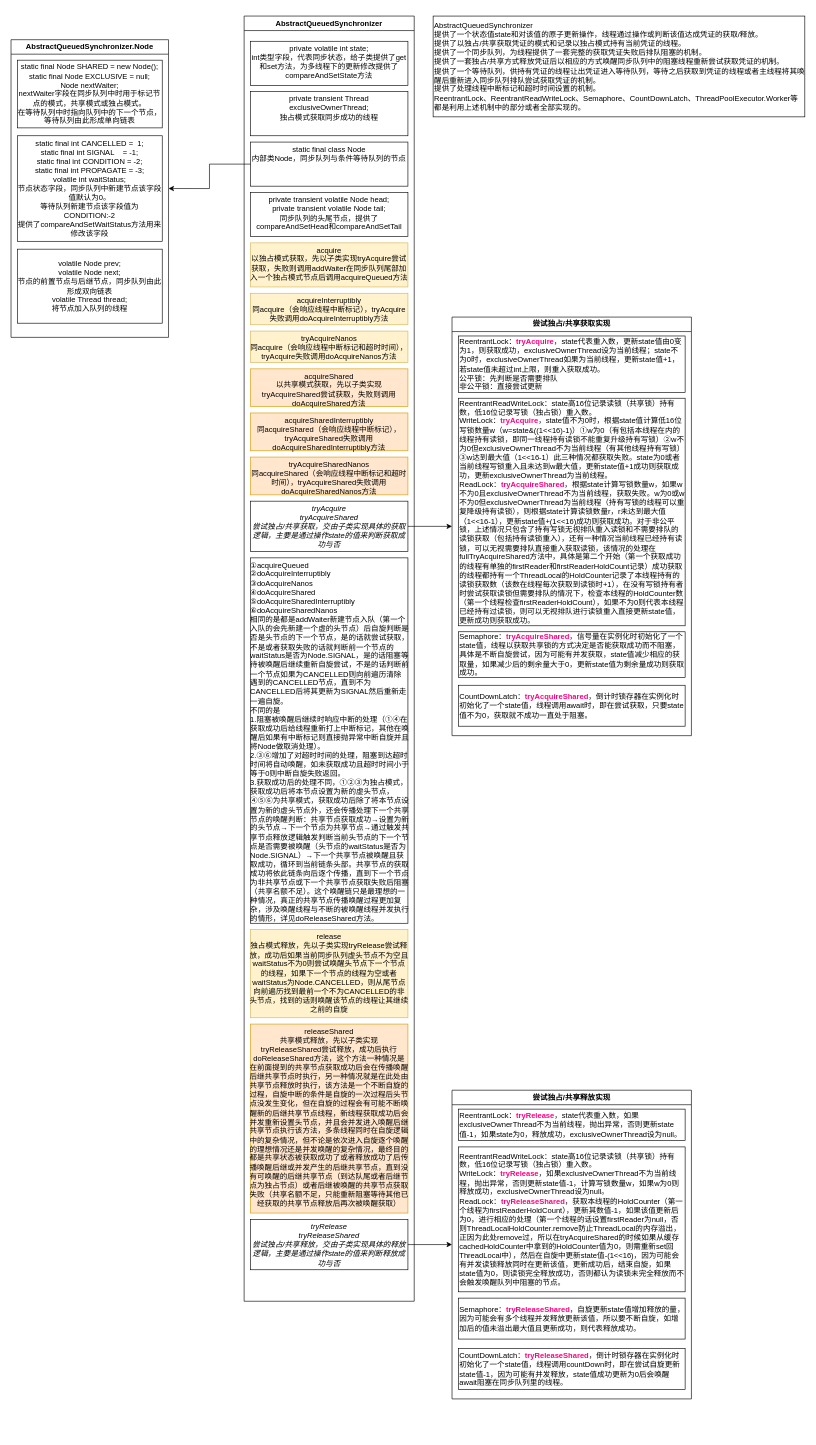
Earlier version of the draw.io diagram AbstractQueuedSynchronizer.drawio (a7956232/drawIOFiles). Source tidied: cells renumbered, new cells numbered last; positions are measured from the earlier drawing's top-left corner, leaving out a move shared by most shapes. Both pictures are drawn from the tidied source at 63%, with x=0, y=0 at pixel (11, 16).
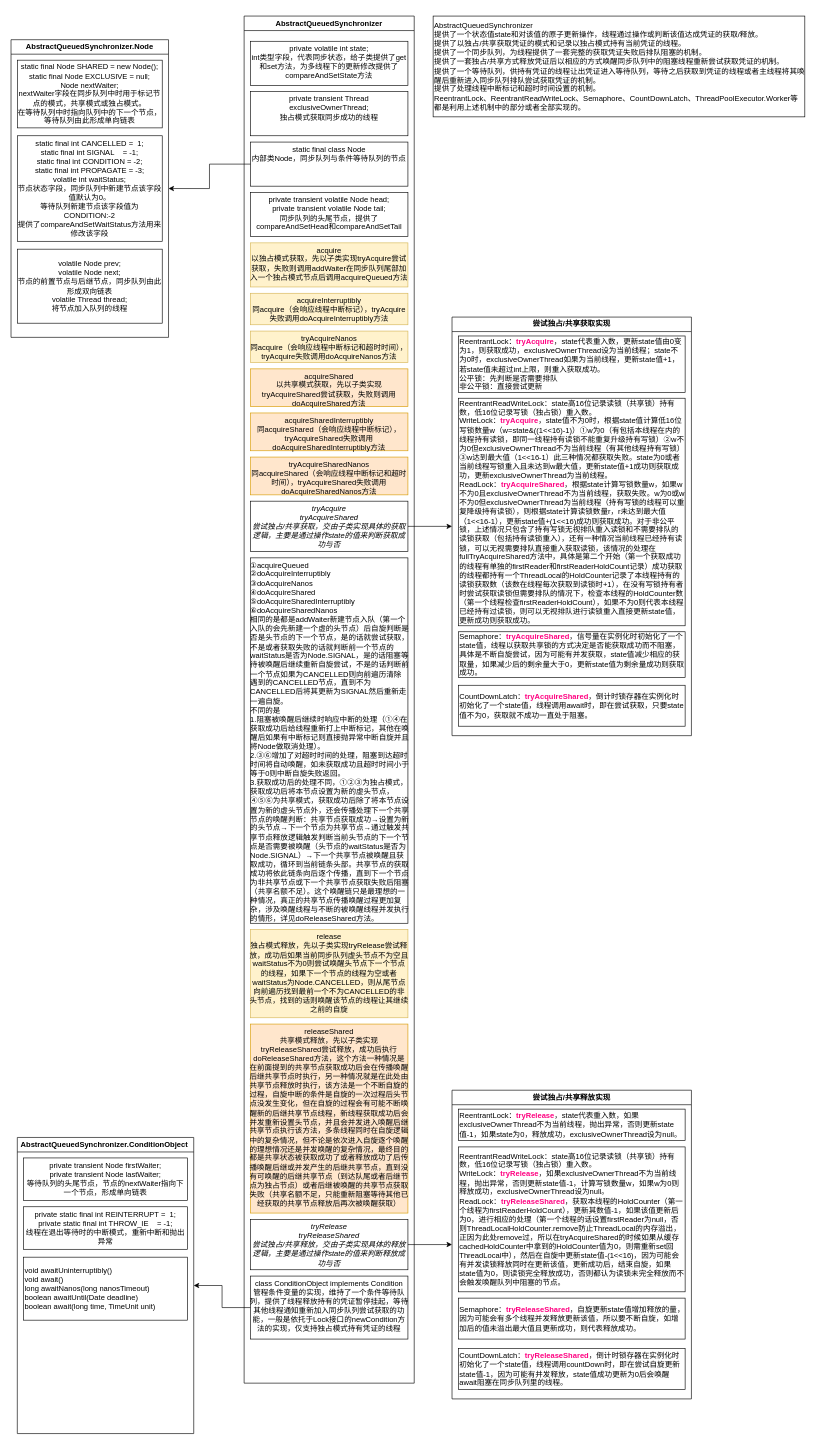
The same diagram, later.

Diff of the diagram source:
```diff
@@
     <mxCell id="2" value="&lt;pre style=&quot;&quot;&gt;&lt;font style=&quot;font-size: 12px;&quot; face=&quot;Helvetica&quot;&gt;AbstractQueuedSynchronizer&lt;/font&gt;&lt;/pre&gt;" style="swimlane;whiteSpace=wrap;html=1;" parent="1" vertex="1">
-      <mxGeometry x="370" width="270" height="2040" as="geometry" />
+      <mxGeometry x="370" width="270" height="2170" as="geometry" />
     </mxCell>
@@
+    <mxCell id="36" value="class ConditionObject implements Condition&#10;管程条件变量的实现，维持了一个条件等待队列，提供了线程释放持有的凭证暂停挂起，等待其他线程通知重新加入同步队列尝试获取的功能，一般是依托于Lock接口的newCondition方法的实现，仅支持独占模式持有凭证的线程" style="rounded=0;whiteSpace=wrap;labelBackgroundColor=none;fontFamily=Helvetica;fontSize=12;fontColor=#000000;verticalAlign=top;spacing=0;" parent="2" vertex="1">
+      <mxGeometry x="10" y="2000" width="250" height="100" as="geometry" />
+    </mxCell>
@@
+    <mxCell id="37" value="AbstractQueuedSynchronizer.ConditionObject " style="swimlane;whiteSpace=wrap;rounded=0;labelBackgroundColor=none;strokeColor=default;fontFamily=Helvetica;fontSize=12;fontColor=#000000;fillColor=default;" parent="1" vertex="1">
+      <mxGeometry x="10" y="1780" width="280" height="470" as="geometry" />
+    </mxCell>
+    <mxCell id="38" value="private transient Node firstWaiter;&lt;br&gt;private transient Node lastWaiter;&lt;br&gt;等待队列的头尾节点，节点的nextWaiter指向下一个节点，形成单向链表" style="rounded=0;whiteSpace=wrap;html=1;labelBackgroundColor=none;strokeColor=default;fontFamily=Helvetica;fontSize=12;fontColor=#000000;fillColor=default;" parent="37" vertex="1">
+      <mxGeometry x="10" y="32.5" width="260" height="67.5" as="geometry" />
+    </mxCell>
+    <mxCell id="39" value="private static final int REINTERRUPT =&amp;nbsp; 1;&lt;br&gt;private static final int THROW_IE&amp;nbsp; &amp;nbsp; = -1;&lt;br&gt;线程在退出等待时的中断模式，重新中断和抛出异常" style="rounded=0;whiteSpace=wrap;html=1;labelBackgroundColor=none;strokeColor=default;fontFamily=Helvetica;fontSize=12;fontColor=#000000;fillColor=default;" parent="37" vertex="1">
+      <mxGeometry x="10" y="110" width="260" height="67.5" as="geometry" />
+    </mxCell>
+    <mxCell id="40" value="void awaitUninterruptibly()&lt;br&gt;void await()&lt;br&gt;long awaitNanos(long nanosTimeout)&lt;br&gt;boolean awaitUntil(Date deadline)&lt;br&gt;boolean await(long time, TimeUnit unit)" style="rounded=0;whiteSpace=wrap;html=1;labelBackgroundColor=none;strokeColor=default;fontFamily=Helvetica;fontSize=12;fontColor=#000000;fillColor=default;align=left;" parent="37" vertex="1">
+      <mxGeometry x="10" y="190" width="260" height="100" as="geometry" />
+    </mxCell>
+    <mxCell id="41" style="edgeStyle=orthogonalEdgeStyle;rounded=0;jettySize=auto;html=1;entryX=1;entryY=0.5;entryDx=0;entryDy=0;fontColor=#0000FF;" parent="1" edge="1" source="36" target="37">
+      <mxGeometry relative="1" as="geometry" />
+    </mxCell>
```
